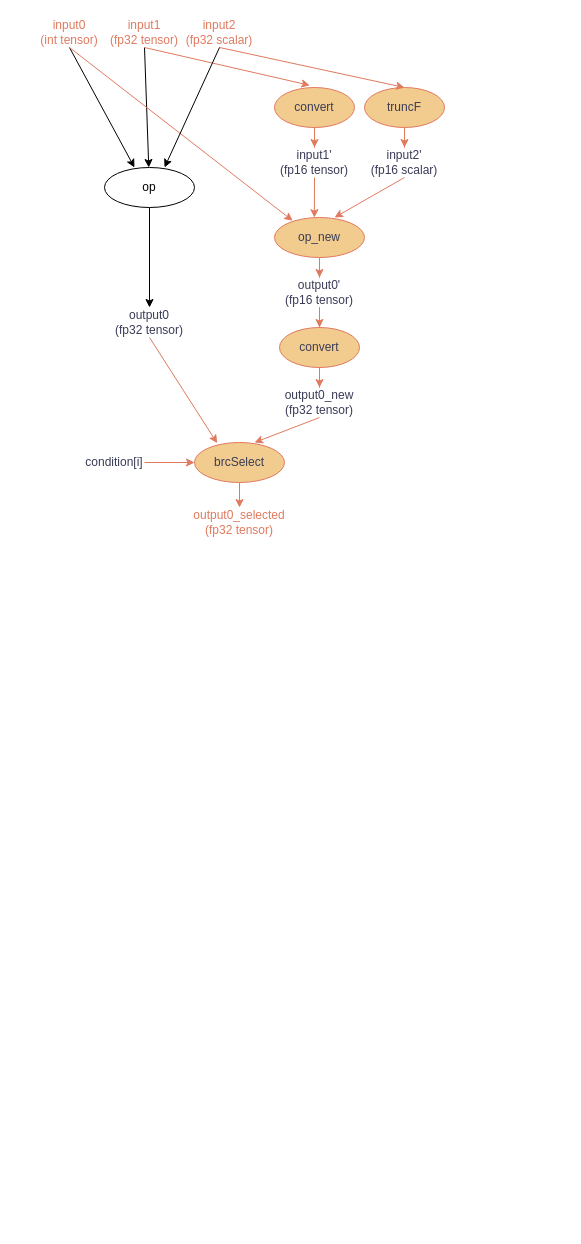
The draw.io diagram mixpre.drawio in ABigDoge/MyDiagrams, before the edit. Source tidied: cells renumbered, new cells numbered last; positions are measured from the earlier drawing's top-left corner, leaving out a move shared by most shapes. Both pictures are drawn from the tidied source at 100%, with x=0, y=0 at pixel (24, 17).
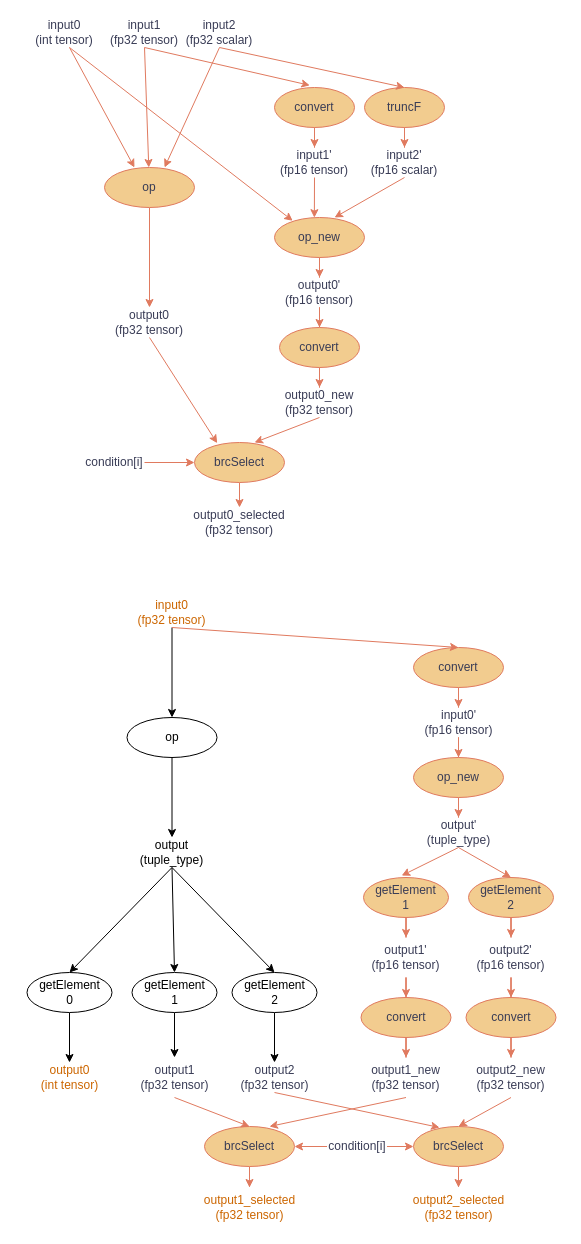
The same diagram, later.

Unchanged cells that the change refers to:
```xml
<mxCell id="7" value="output0&lt;div&gt;(fp32 tensor)&lt;/div&gt;" style="text;html=1;align=center;verticalAlign=middle;whiteSpace=wrap;rounded=0;labelBackgroundColor=none;fontColor=#393C56;" parent="1" vertex="1">
  <mxGeometry x="70" y="290" width="110" height="30" as="geometry" />
</mxCell>
<mxCell id="20" value="op_new" style="ellipse;whiteSpace=wrap;html=1;labelBackgroundColor=none;fillColor=#F2CC8F;strokeColor=#E07A5F;fontColor=#393C56;" parent="1" vertex="1">
  <mxGeometry x="250" y="200" width="90" height="40" as="geometry" />
</mxCell>
```

What changed in the source:
```diff
@@
-    <mxCell id="2" style="edgeStyle=orthogonalEdgeStyle;rounded=0;jettySize=auto;html=1;labelBackgroundColor=none;fontColor=default;" parent="1" edge="1" source="3" target="7">
+    <mxCell id="2" style="edgeStyle=orthogonalEdgeStyle;rounded=0;jettySize=auto;html=1;labelBackgroundColor=none;fontColor=default;strokeColor=#E07A5F;" parent="1" edge="1" source="3" target="7">
       <mxGeometry relative="1" as="geometry" />
     </mxCell>
-    <mxCell id="3" value="op" style="ellipse;whiteSpace=wrap;html=1;labelBackgroundColor=none;" parent="1" vertex="1">
+    <mxCell id="3" value="op" style="ellipse;whiteSpace=wrap;html=1;labelBackgroundColor=none;fillColor=#F2CC8F;strokeColor=#E07A5F;fontColor=#393C56;" parent="1" vertex="1">
       <mxGeometry x="80" y="150" width="90" height="40" as="geometry" />
     </mxCell>
-    <mxCell id="4" value="input1&lt;div&gt;(fp32 tensor)&lt;/div&gt;" style="text;html=1;align=center;verticalAlign=middle;whiteSpace=wrap;rounded=0;labelBackgroundColor=none;fontColor=light-dark(#e07a5f, #b6b8cf);" parent="1" vertex="1">
+    <mxCell id="4" value="input1&lt;div&gt;(fp32 tensor)&lt;/div&gt;" style="text;html=1;align=center;verticalAlign=middle;whiteSpace=wrap;rounded=0;labelBackgroundColor=none;fontColor=#393C56;" parent="1" vertex="1">
       <mxGeometry x="70" width="100" height="30" as="geometry" />
     </mxCell>
-    <mxCell id="5" value="input2&lt;div&gt;(fp32 scalar)&lt;/div&gt;" style="text;html=1;align=center;verticalAlign=middle;whiteSpace=wrap;rounded=0;labelBackgroundColor=none;fontColor=light-dark(#e07a5f, #b6b8cf);" parent="1" vertex="1">
+    <mxCell id="5" value="input2&lt;div&gt;(fp32 scalar)&lt;/div&gt;" style="text;html=1;align=center;verticalAlign=middle;whiteSpace=wrap;rounded=0;labelBackgroundColor=none;fontColor=#393C56;" parent="1" vertex="1">
       <mxGeometry x="150" width="90" height="30" as="geometry" />
     </mxCell>
-    <mxCell id="6" value="input0&lt;div&gt;(int tensor)&lt;/div&gt;" style="text;html=1;align=center;verticalAlign=middle;whiteSpace=wrap;rounded=0;labelBackgroundColor=none;fontColor=light-dark(#e07a5f, #b6b8cf);" parent="1" vertex="1">
-      <mxGeometry width="90" height="30" as="geometry" />
+    <mxCell id="6" value="input0&lt;div&gt;(int tensor)&lt;/div&gt;" style="text;html=1;align=center;verticalAlign=middle;whiteSpace=wrap;rounded=0;labelBackgroundColor=none;fontColor=#393C56;" parent="1" vertex="1">
+      <mxGeometry x="-5" width="90" height="30" as="geometry" />
     </mxCell>
@@
-    <mxCell id="8" style="endArrow=classic;html=1;rounded=0;exitX=0.5;exitY=1;exitDx=0;exitDy=0;labelBackgroundColor=none;fontColor=default;" parent="1" edge="1" source="4" target="3">
+    <mxCell id="8" style="endArrow=classic;html=1;rounded=0;exitX=0.5;exitY=1;exitDx=0;exitDy=0;labelBackgroundColor=none;fontColor=default;strokeColor=#E07A5F;" parent="1" edge="1" source="4" target="3">
       <mxGeometry relative="1" as="geometry" />
     </mxCell>
-    <mxCell id="9" style="endArrow=classic;html=1;rounded=0;exitX=0.5;exitY=1;exitDx=0;exitDy=0;entryX=0.333;entryY=0;entryDx=0;entryDy=0;entryPerimeter=0;labelBackgroundColor=none;fontColor=default;" parent="1" edge="1" source="6" target="3">
-      <mxGeometry relative="1" as="geometry" />
+    <mxCell id="9" style="endArrow=classic;html=1;rounded=0;exitX=0.5;exitY=1;exitDx=0;exitDy=0;entryX=0.333;entryY=0;entryDx=0;entryDy=0;entryPerimeter=0;labelBackgroundColor=none;fontColor=default;strokeColor=#E07A5F;" parent="1" edge="1" target="3">
+      <mxGeometry relative="1" as="geometry">
+        <mxPoint x="45" y="30" as="sourcePoint" />
+      </mxGeometry>
     </mxCell>
@@
-    <mxCell id="18" style="endArrow=classic;html=1;rounded=0;exitX=0.5;exitY=1;exitDx=0;exitDy=0;entryX=0.202;entryY=0.082;entryDx=0;entryDy=0;entryPerimeter=0;labelBackgroundColor=none;strokeColor=#E07A5F;fontColor=default;" parent="1" edge="1" source="6" target="20">
-      <mxGeometry relative="1" as="geometry" />
+    <mxCell id="18" style="endArrow=classic;html=1;rounded=0;exitX=0.5;exitY=1;exitDx=0;exitDy=0;entryX=0.202;entryY=0.082;entryDx=0;entryDy=0;entryPerimeter=0;labelBackgroundColor=none;strokeColor=#E07A5F;fontColor=default;" parent="1" edge="1" target="20">
+      <mxGeometry relative="1" as="geometry">
+        <mxPoint x="45" y="30" as="sourcePoint" />
+      </mxGeometry>
     </mxCell>
@@
-    <mxCell id="23" style="endArrow=classic;html=1;rounded=0;exitX=0.5;exitY=1;exitDx=0;exitDy=0;entryX=0.667;entryY=0;entryDx=0;entryDy=0;entryPerimeter=0;labelBackgroundColor=none;fontColor=default;" parent="1" edge="1" source="5" target="3">
+    <mxCell id="23" style="endArrow=classic;html=1;rounded=0;exitX=0.5;exitY=1;exitDx=0;exitDy=0;entryX=0.667;entryY=0;entryDx=0;entryDy=0;entryPerimeter=0;labelBackgroundColor=none;fontColor=default;strokeColor=#E07A5F;" parent="1" edge="1" source="5" target="3">
       <mxGeometry relative="1" as="geometry" />
     </mxCell>
@@
-    <mxCell id="35" value="output0_selected&lt;div&gt;(fp32 tensor)&lt;/div&gt;" style="text;html=1;align=center;verticalAlign=middle;whiteSpace=wrap;rounded=0;labelBackgroundColor=none;fontColor=light-dark(#e07a5f, #b6b8cf);" parent="1" vertex="1">
+    <mxCell id="35" value="output0_selected&lt;div&gt;(fp32 tensor)&lt;/div&gt;" style="text;html=1;align=center;verticalAlign=middle;whiteSpace=wrap;rounded=0;labelBackgroundColor=none;fontColor=#393C56;" parent="1" vertex="1">
       <mxGeometry x="160" y="490" width="110" height="30" as="geometry" />
     </mxCell>
+    <mxCell id="36" value="input0&lt;div&gt;(fp32 tensor)&lt;/div&gt;" style="text;html=1;align=center;verticalAlign=middle;whiteSpace=wrap;rounded=0;fontColor=#CC6600;labelBackgroundColor=none;" parent="1" vertex="1">
+      <mxGeometry x="95" y="580" width="105" height="30" as="geometry" />
+    </mxCell>
+    <mxCell id="37" style="edgeStyle=orthogonalEdgeStyle;rounded=0;jettySize=auto;html=1;fontColor=default;labelBackgroundColor=none;" parent="1" edge="1" source="38" target="42">
+      <mxGeometry relative="1" as="geometry" />
+    </mxCell>
+    <mxCell id="38" value="op" style="ellipse;whiteSpace=wrap;html=1;labelBackgroundColor=none;" parent="1" vertex="1">
+      <mxGeometry x="102.5" y="700" width="90" height="40" as="geometry" />
+    </mxCell>
+    <mxCell id="39" value="output0&lt;div&gt;(int tensor)&lt;/div&gt;" style="text;html=1;align=center;verticalAlign=middle;whiteSpace=wrap;rounded=0;fontColor=#CC6600;labelBackgroundColor=none;" parent="1" vertex="1">
+      <mxGeometry x="-7.5" y="1045" width="105" height="30" as="geometry" />
+    </mxCell>
+    <mxCell id="40" value="output1&lt;div&gt;(fp32 tensor)&lt;/div&gt;" style="text;html=1;align=center;verticalAlign=middle;whiteSpace=wrap;rounded=0;fontColor=#393C56;labelBackgroundColor=none;" parent="1" vertex="1">
+      <mxGeometry x="97.5" y="1040" width="105" height="40" as="geometry" />
+    </mxCell>
+    <mxCell id="41" value="output2&lt;div&gt;(fp32 tensor)&lt;/div&gt;" style="text;html=1;align=center;verticalAlign=middle;whiteSpace=wrap;rounded=0;fontColor=#393C56;labelBackgroundColor=none;" parent="1" vertex="1">
+      <mxGeometry x="197.5" y="1045" width="105" height="30" as="geometry" />
+    </mxCell>
+    <mxCell id="42" value="output&lt;div&gt;(tuple_type)&lt;/div&gt;" style="text;html=1;align=center;verticalAlign=middle;whiteSpace=wrap;rounded=0;labelBackgroundColor=none;" parent="1" vertex="1">
+      <mxGeometry x="95" y="820" width="105" height="30" as="geometry" />
+    </mxCell>
+    <mxCell id="43" style="endArrow=classic;html=1;rounded=0;fontColor=default;exitX=0.5;exitY=1;exitDx=0;exitDy=0;entryX=0.5;entryY=0;entryDx=0;entryDy=0;labelBackgroundColor=none;" parent="1" edge="1" source="36" target="38">
+      <mxGeometry relative="1" as="geometry" />
+    </mxCell>
+    <mxCell id="44" style="edgeStyle=orthogonalEdgeStyle;rounded=0;jettySize=auto;html=1;fontColor=default;labelBackgroundColor=none;" parent="1" edge="1" source="45" target="39">
+      <mxGeometry relative="1" as="geometry" />
+    </mxCell>
+    <mxCell id="45" value="getElement&lt;div&gt;0&lt;/div&gt;" style="ellipse;whiteSpace=wrap;html=1;labelBackgroundColor=none;" parent="1" vertex="1">
+      <mxGeometry x="2.5" y="955" width="85" height="40" as="geometry" />
+    </mxCell>
+    <mxCell id="46" style="edgeStyle=orthogonalEdgeStyle;rounded=0;jettySize=auto;html=1;fontColor=default;labelBackgroundColor=none;" parent="1" edge="1" source="47" target="40">
+      <mxGeometry relative="1" as="geometry" />
+    </mxCell>
+    <mxCell id="47" value="getElement&lt;div&gt;1&lt;/div&gt;" style="ellipse;whiteSpace=wrap;html=1;labelBackgroundColor=none;" parent="1" vertex="1">
+      <mxGeometry x="107.5" y="955" width="85" height="40" as="geometry" />
+    </mxCell>
+    <mxCell id="48" style="edgeStyle=orthogonalEdgeStyle;rounded=0;jettySize=auto;html=1;fontColor=default;labelBackgroundColor=none;" parent="1" edge="1" source="49" target="41">
+      <mxGeometry relative="1" as="geometry" />
+    </mxCell>
+    <mxCell id="49" value="getElement&lt;div&gt;2&lt;/div&gt;" style="ellipse;whiteSpace=wrap;html=1;labelBackgroundColor=none;" parent="1" vertex="1">
+      <mxGeometry x="207.5" y="955" width="85" height="40" as="geometry" />
+    </mxCell>
+    <mxCell id="50" style="endArrow=classic;html=1;rounded=0;fontColor=default;exitX=0.5;exitY=1;exitDx=0;exitDy=0;entryX=0.5;entryY=0;entryDx=0;entryDy=0;labelBackgroundColor=none;" parent="1" edge="1" source="42" target="45">
+      <mxGeometry relative="1" as="geometry" />
+    </mxCell>
+    <mxCell id="51" style="endArrow=classic;html=1;rounded=0;fontColor=default;exitX=0.5;exitY=1;exitDx=0;exitDy=0;entryX=0.5;entryY=0;entryDx=0;entryDy=0;labelBackgroundColor=none;" parent="1" edge="1" source="42" target="47">
+      <mxGeometry relative="1" as="geometry" />
+    </mxCell>
+    <mxCell id="52" style="endArrow=classic;html=1;rounded=0;fontColor=default;exitX=0.5;exitY=1;exitDx=0;exitDy=0;entryX=0.5;entryY=0;entryDx=0;entryDy=0;labelBackgroundColor=none;" parent="1" edge="1" source="42" target="49">
+      <mxGeometry relative="1" as="geometry" />
+    </mxCell>
+    <mxCell id="53" style="edgeStyle=orthogonalEdgeStyle;rounded=0;jettySize=auto;html=1;strokeColor=#E07A5F;fontColor=default;fillColor=#F2CC8F;labelBackgroundColor=none;" parent="1" edge="1" source="54" target="57">
+      <mxGeometry relative="1" as="geometry" />
+    </mxCell>
+    <mxCell id="54" value="convert" style="ellipse;whiteSpace=wrap;html=1;labelBackgroundColor=none;fillColor=#F2CC8F;strokeColor=#E07A5F;fontColor=#393C56;" parent="1" vertex="1">
+      <mxGeometry x="389" y="630" width="90" height="40" as="geometry" />
+    </mxCell>
+    <mxCell id="55" style="endArrow=classic;html=1;rounded=0;strokeColor=#E07A5F;fontColor=default;fillColor=#F2CC8F;exitX=0.5;exitY=1;exitDx=0;exitDy=0;entryX=0.5;entryY=0;entryDx=0;entryDy=0;labelBackgroundColor=none;" parent="1" edge="1" source="36" target="54">
+      <mxGeometry relative="1" as="geometry" />
+    </mxCell>
+    <mxCell id="56" style="edgeStyle=orthogonalEdgeStyle;rounded=0;jettySize=auto;html=1;strokeColor=#E07A5F;fontColor=default;fillColor=#F2CC8F;labelBackgroundColor=none;" parent="1" edge="1" source="57" target="59">
+      <mxGeometry relative="1" as="geometry" />
+    </mxCell>
+    <mxCell id="57" value="input0'&lt;div&gt;(fp16 tensor)&lt;/div&gt;" style="text;html=1;align=center;verticalAlign=middle;whiteSpace=wrap;rounded=0;fontColor=#393C56;labelBackgroundColor=none;" parent="1" vertex="1">
+      <mxGeometry x="381.5" y="690" width="105" height="30" as="geometry" />
+    </mxCell>
+    <mxCell id="58" style="edgeStyle=orthogonalEdgeStyle;rounded=0;jettySize=auto;html=1;strokeColor=#E07A5F;fontColor=default;fillColor=#F2CC8F;labelBackgroundColor=none;" parent="1" edge="1" source="59" target="60">
+      <mxGeometry relative="1" as="geometry" />
+    </mxCell>
+    <mxCell id="59" value="op_new" style="ellipse;whiteSpace=wrap;html=1;labelBackgroundColor=none;fillColor=#F2CC8F;strokeColor=#E07A5F;fontColor=#393C56;" parent="1" vertex="1">
+      <mxGeometry x="389" y="740" width="90" height="40" as="geometry" />
+    </mxCell>
+    <mxCell id="60" value="output'&lt;div&gt;(tuple_type)&lt;/div&gt;" style="text;html=1;align=center;verticalAlign=middle;whiteSpace=wrap;rounded=0;fontColor=#393C56;labelBackgroundColor=none;" parent="1" vertex="1">
+      <mxGeometry x="381.5" y="800" width="105" height="30" as="geometry" />
+    </mxCell>
+    <mxCell id="61" style="edgeStyle=orthogonalEdgeStyle;rounded=0;jettySize=auto;html=1;strokeColor=#E07A5F;fontColor=default;fillColor=#F2CC8F;labelBackgroundColor=none;" parent="1" edge="1" source="62" target="68">
+      <mxGeometry relative="1" as="geometry" />
+    </mxCell>
+    <mxCell id="62" value="getElement&lt;div&gt;1&lt;/div&gt;" style="ellipse;whiteSpace=wrap;html=1;labelBackgroundColor=none;fillColor=#F2CC8F;strokeColor=#E07A5F;fontColor=#393C56;" parent="1" vertex="1">
+      <mxGeometry x="339" y="860" width="85" height="40" as="geometry" />
+    </mxCell>
+    <mxCell id="63" style="edgeStyle=orthogonalEdgeStyle;rounded=0;jettySize=auto;html=1;strokeColor=#E07A5F;fontColor=default;fillColor=#F2CC8F;labelBackgroundColor=none;" parent="1" edge="1" source="64" target="70">
+      <mxGeometry relative="1" as="geometry" />
+    </mxCell>
+    <mxCell id="64" value="getElement&lt;div&gt;2&lt;/div&gt;" style="ellipse;whiteSpace=wrap;html=1;labelBackgroundColor=none;fillColor=#F2CC8F;strokeColor=#E07A5F;fontColor=#393C56;" parent="1" vertex="1">
+      <mxGeometry x="444" y="860" width="85" height="40" as="geometry" />
+    </mxCell>
+    <mxCell id="65" style="endArrow=classic;html=1;rounded=0;strokeColor=#E07A5F;fontColor=default;fillColor=#F2CC8F;exitX=0.5;exitY=1;exitDx=0;exitDy=0;entryX=0.449;entryY=-0.047;entryDx=0;entryDy=0;entryPerimeter=0;labelBackgroundColor=none;" parent="1" edge="1" source="60" target="62">
+      <mxGeometry relative="1" as="geometry" />
+    </mxCell>
+    <mxCell id="66" style="endArrow=classic;html=1;rounded=0;strokeColor=#E07A5F;fontColor=default;fillColor=#F2CC8F;entryX=0.5;entryY=0;entryDx=0;entryDy=0;exitX=0.5;exitY=1;exitDx=0;exitDy=0;labelBackgroundColor=none;" parent="1" edge="1" source="60" target="64">
+      <mxGeometry relative="1" as="geometry" />
+    </mxCell>
+    <mxCell id="67" style="edgeStyle=orthogonalEdgeStyle;rounded=0;jettySize=auto;html=1;strokeColor=#E07A5F;fontColor=default;fillColor=#F2CC8F;labelBackgroundColor=none;" parent="1" edge="1" source="68" target="82">
+      <mxGeometry relative="1" as="geometry" />
+    </mxCell>
+    <mxCell id="68" value="output1'&lt;div&gt;(fp16 tensor)&lt;/div&gt;" style="text;html=1;align=center;verticalAlign=middle;whiteSpace=wrap;rounded=0;fontColor=#393C56;labelBackgroundColor=none;" parent="1" vertex="1">
+      <mxGeometry x="329" y="920" width="105" height="40" as="geometry" />
+    </mxCell>
+    <mxCell id="69" style="edgeStyle=orthogonalEdgeStyle;rounded=0;jettySize=auto;html=1;strokeColor=#E07A5F;fontColor=default;fillColor=#F2CC8F;labelBackgroundColor=none;" parent="1" edge="1" source="70" target="84">
+      <mxGeometry relative="1" as="geometry" />
+    </mxCell>
+    <mxCell id="70" value="output2'&lt;div&gt;(fp16 tensor)&lt;/div&gt;" style="text;html=1;align=center;verticalAlign=middle;whiteSpace=wrap;rounded=0;fontColor=#393C56;labelBackgroundColor=none;" parent="1" vertex="1">
+      <mxGeometry x="434" y="920" width="105" height="40" as="geometry" />
+    </mxCell>
+    <mxCell id="71" style="edgeStyle=orthogonalEdgeStyle;rounded=0;jettySize=auto;html=1;strokeColor=#E07A5F;fontColor=default;fillColor=#F2CC8F;labelBackgroundColor=none;" parent="1" edge="1" source="72" target="86">
+      <mxGeometry relative="1" as="geometry" />
+    </mxCell>
+    <mxCell id="72" value="brcSelect" style="ellipse;whiteSpace=wrap;html=1;labelBackgroundColor=none;fillColor=#F2CC8F;strokeColor=#E07A5F;fontColor=#393C56;" parent="1" vertex="1">
+      <mxGeometry x="180" y="1109" width="90" height="40" as="geometry" />
+    </mxCell>
+    <mxCell id="73" style="edgeStyle=orthogonalEdgeStyle;rounded=0;jettySize=auto;html=1;strokeColor=#E07A5F;fontColor=default;fillColor=#F2CC8F;labelBackgroundColor=none;" parent="1" edge="1" source="74" target="87">
+      <mxGeometry relative="1" as="geometry" />
+    </mxCell>
+    <mxCell id="74" value="brcSelect" style="ellipse;whiteSpace=wrap;html=1;labelBackgroundColor=none;fillColor=#F2CC8F;strokeColor=#E07A5F;fontColor=#393C56;" parent="1" vertex="1">
+      <mxGeometry x="389" y="1109" width="90" height="40" as="geometry" />
+    </mxCell>
+    <mxCell id="75" style="endArrow=classic;html=1;rounded=0;strokeColor=#E07A5F;fontColor=default;fillColor=#F2CC8F;exitX=0.5;exitY=1;exitDx=0;exitDy=0;entryX=0.5;entryY=0;entryDx=0;entryDy=0;labelBackgroundColor=none;" parent="1" edge="1" source="40" target="72">
+      <mxGeometry relative="1" as="geometry" />
+    </mxCell>
+    <mxCell id="76" style="endArrow=classic;html=1;rounded=0;strokeColor=#E07A5F;fontColor=default;fillColor=#F2CC8F;entryX=0.722;entryY=0;entryDx=0;entryDy=0;entryPerimeter=0;exitX=0.5;exitY=1;exitDx=0;exitDy=0;labelBackgroundColor=none;" parent="1" edge="1" source="80" target="72">
+      <mxGeometry relative="1" as="geometry" />
+    </mxCell>
+    <mxCell id="77" value="condition[i]" style="text;html=1;align=center;verticalAlign=middle;whiteSpace=wrap;rounded=0;labelBackgroundColor=none;fontColor=#393C56;" parent="1" vertex="1">
+      <mxGeometry x="302.5" y="1111.5" width="60" height="35" as="geometry" />
+    </mxCell>
+    <mxCell id="78" style="endArrow=classic;html=1;rounded=0;strokeColor=#E07A5F;fontColor=default;fillColor=#F2CC8F;exitX=0.5;exitY=1;exitDx=0;exitDy=0;entryX=0.289;entryY=0.025;entryDx=0;entryDy=0;entryPerimeter=0;labelBackgroundColor=none;" parent="1" edge="1" source="41" target="74">
+      <mxGeometry relative="1" as="geometry" />
+    </mxCell>
+    <mxCell id="79" style="endArrow=classic;html=1;rounded=0;strokeColor=#E07A5F;fontColor=default;fillColor=#F2CC8F;entryX=0.5;entryY=0;entryDx=0;entryDy=0;exitX=0.5;exitY=1;exitDx=0;exitDy=0;labelBackgroundColor=none;" parent="1" edge="1" source="85" target="74">
+      <mxGeometry relative="1" as="geometry" />
+    </mxCell>
+    <mxCell id="80" value="output1_new&lt;div&gt;(fp32 tensor)&lt;/div&gt;" style="text;html=1;align=center;verticalAlign=middle;whiteSpace=wrap;rounded=0;fontColor=#393C56;labelBackgroundColor=none;" parent="1" vertex="1">
+      <mxGeometry x="329" y="1040" width="105" height="40" as="geometry" />
+    </mxCell>
+    <mxCell id="81" style="edgeStyle=orthogonalEdgeStyle;rounded=0;jettySize=auto;html=1;strokeColor=#E07A5F;fontColor=default;fillColor=#F2CC8F;labelBackgroundColor=none;" parent="1" edge="1" source="82" target="80">
+      <mxGeometry relative="1" as="geometry" />
+    </mxCell>
+    <mxCell id="82" value="convert" style="ellipse;whiteSpace=wrap;html=1;labelBackgroundColor=none;fillColor=#F2CC8F;strokeColor=#E07A5F;fontColor=#393C56;" parent="1" vertex="1">
+      <mxGeometry x="336.5" y="980" width="90" height="40" as="geometry" />
+    </mxCell>
+    <mxCell id="83" style="edgeStyle=orthogonalEdgeStyle;rounded=0;jettySize=auto;html=1;strokeColor=#E07A5F;fontColor=default;fillColor=#F2CC8F;labelBackgroundColor=none;" parent="1" edge="1" source="84" target="85">
+      <mxGeometry relative="1" as="geometry" />
+    </mxCell>
+    <mxCell id="84" value="convert" style="ellipse;whiteSpace=wrap;html=1;labelBackgroundColor=none;fillColor=#F2CC8F;strokeColor=#E07A5F;fontColor=#393C56;" parent="1" vertex="1">
+      <mxGeometry x="441.5" y="980" width="90" height="40" as="geometry" />
+    </mxCell>
+    <mxCell id="85" value="output2_new&lt;div&gt;(fp32 tensor)&lt;/div&gt;" style="text;html=1;align=center;verticalAlign=middle;whiteSpace=wrap;rounded=0;fontColor=#393C56;labelBackgroundColor=none;" parent="1" vertex="1">
+      <mxGeometry x="434" y="1040" width="105" height="40" as="geometry" />
+    </mxCell>
+    <mxCell id="86" value="output1_selected&lt;div&gt;(fp32 tensor)&lt;/div&gt;" style="text;html=1;align=center;verticalAlign=middle;whiteSpace=wrap;rounded=0;fontColor=#CC6600;labelBackgroundColor=none;" parent="1" vertex="1">
+      <mxGeometry x="172.5" y="1170" width="105" height="40" as="geometry" />
+    </mxCell>
+    <mxCell id="87" value="output2_selected&lt;div&gt;(fp32 tensor)&lt;/div&gt;" style="text;html=1;align=center;verticalAlign=middle;whiteSpace=wrap;rounded=0;fontColor=#CC6600;labelBackgroundColor=none;" parent="1" vertex="1">
+      <mxGeometry x="381.5" y="1170" width="105" height="40" as="geometry" />
+    </mxCell>
+    <mxCell id="88" style="endArrow=classic;html=1;rounded=0;strokeColor=#E07A5F;fontColor=default;fillColor=#F2CC8F;exitX=1;exitY=0.5;exitDx=0;exitDy=0;entryX=0;entryY=0.5;entryDx=0;entryDy=0;labelBackgroundColor=none;" parent="1" edge="1" source="77" target="74">
+      <mxGeometry relative="1" as="geometry" />
+    </mxCell>
+    <mxCell id="89" style="endArrow=classic;html=1;rounded=0;strokeColor=#E07A5F;fontColor=default;fillColor=#F2CC8F;exitX=0;exitY=0.5;exitDx=0;exitDy=0;entryX=1;entryY=0.5;entryDx=0;entryDy=0;labelBackgroundColor=none;" parent="1" edge="1" source="77" target="72">
+      <mxGeometry relative="1" as="geometry" />
+    </mxCell>
```
